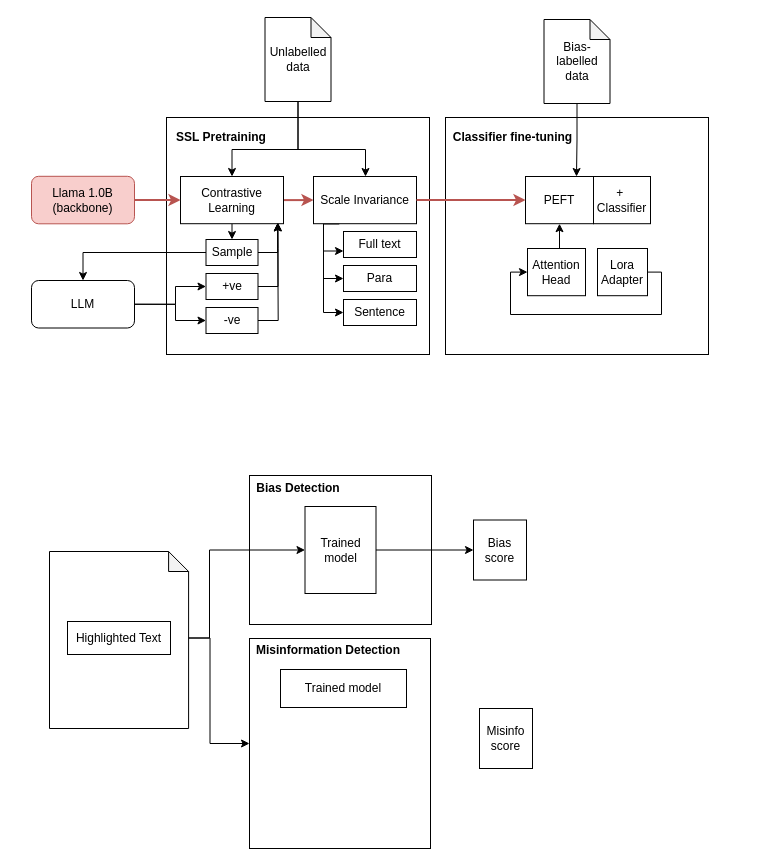
The draw.io diagram Architecture.drawio in cvu-opensource/NTU-DLWeek2025, before the edit. Source tidied: cells renumbered, new cells numbered last; positions are measured from the earlier drawing's top-left corner, leaving out a move shared by most shapes. Both pictures are drawn from the tidied source at 100%, with x=0, y=0 at pixel (31, 17).
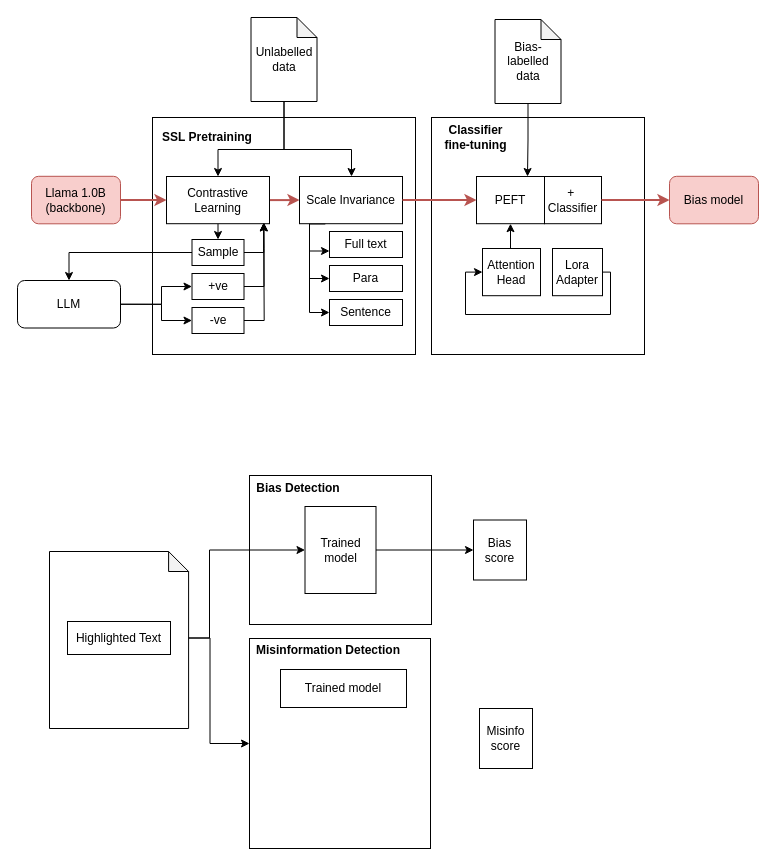
The same diagram, later.

Unchanged cells that the change refers to:
```xml
<mxCell id="7" value="Contrastive Learning" style="rounded=0;whiteSpace=wrap;html=1;" parent="2" vertex="1">
  <mxGeometry x="14" y="59" width="103" height="47.2" as="geometry" />
</mxCell>
<mxCell id="11" value="Scale Invariance" style="rounded=0;whiteSpace=wrap;html=1;" parent="2" vertex="1">
  <mxGeometry x="147" y="59" width="103" height="47.2" as="geometry" />
</mxCell>
<mxCell id="16" value="Sample" style="rounded=0;whiteSpace=wrap;html=1;" parent="2" vertex="1">
  <mxGeometry x="39.5" y="122" width="52" height="26" as="geometry" />
</mxCell>
<mxCell id="17" value="+ve" style="rounded=0;whiteSpace=wrap;html=1;" parent="2" vertex="1">
  <mxGeometry x="39.5" y="156" width="52" height="26" as="geometry" />
</mxCell>
<mxCell id="19" value="-ve" style="rounded=0;whiteSpace=wrap;html=1;" parent="2" vertex="1">
  <mxGeometry x="39.5" y="190" width="52" height="26" as="geometry" />
</mxCell>
<mxCell id="26" style="group;" parent="21" vertex="1">
  <mxGeometry x="82" y="131" width="108" height="47.2" as="geometry" />
</mxCell>
```

Diff of the diagram source:
```diff
@@
     <mxCell id="2" style="group;" parent="1" vertex="1">
-      <mxGeometry x="135" y="100" width="263" height="237" as="geometry" />
+      <mxGeometry x="121" y="100" width="263" height="237" as="geometry" />
     </mxCell>
@@
     <mxCell id="21" style="group;" parent="1" vertex="1">
-      <mxGeometry x="414" y="100" width="263" height="237" as="geometry" />
+      <mxGeometry x="400" y="100" width="263" height="237" as="geometry" />
     </mxCell>
     <mxCell id="22" style="rounded=0;whiteSpace=wrap;html=1;" parent="21" vertex="1">
-      <mxGeometry width="263" height="237" as="geometry" />
+      <mxGeometry width="213" height="237" as="geometry" />
     </mxCell>
     <mxCell id="23" value="&lt;b&gt;Classifier fine-tuning&lt;/b&gt;" style="text;html=1;align=center;verticalAlign=middle;whiteSpace=wrap;rounded=0;" parent="21" vertex="1">
-      <mxGeometry x="3.7" y="5" width="127.3" height="30" as="geometry" />
+      <mxGeometry x="3.7" y="5" width="81.3" height="30" as="geometry" />
     </mxCell>
     <mxCell id="24" value="PEFT" style="rounded=0;whiteSpace=wrap;html=1;" parent="21" vertex="1">
-      <mxGeometry x="80" y="59" width="68" height="47.2" as="geometry" />
+      <mxGeometry x="45" y="59" width="68" height="47.2" as="geometry" />
     </mxCell>
     <mxCell id="25" value="+&amp;nbsp;&lt;div&gt;Classifier&lt;/div&gt;" style="rounded=0;whiteSpace=wrap;html=1;" parent="21" vertex="1">
-      <mxGeometry x="148" y="59" width="57" height="47.2" as="geometry" />
+      <mxGeometry x="113" y="59" width="57" height="47.2" as="geometry" />
     </mxCell>
@@
     <mxCell id="27" value="Lora Adapter" style="rounded=0;whiteSpace=wrap;html=1;" parent="26" vertex="1">
-      <mxGeometry x="70" width="50" height="47.2" as="geometry" />
+      <mxGeometry x="39" width="50" height="47.2" as="geometry" />
     </mxCell>
     <mxCell id="28" value="Attention Head" style="rounded=0;whiteSpace=wrap;html=1;" parent="26" vertex="1">
-      <mxGeometry width="58" height="47.2" as="geometry" />
+      <mxGeometry x="-31" width="58" height="47.2" as="geometry" />
     </mxCell>
     <mxCell id="29" style="edgeStyle=orthogonalEdgeStyle;rounded=0;jettySize=auto;html=1;exitX=1;exitY=0.5;exitDx=0;exitDy=0;entryX=0;entryY=0.5;entryDx=0;entryDy=0;" parent="26" edge="1" source="27" target="28">
       <mxGeometry relative="1" as="geometry">
         <Array as="points">
-          <mxPoint x="134" y="24" />
-          <mxPoint x="134" y="66" />
-          <mxPoint x="-17" y="66" />
-          <mxPoint x="-17" y="24" />
+          <mxPoint x="97" y="24" />
+          <mxPoint x="97" y="66" />
+          <mxPoint x="-48" y="66" />
+          <mxPoint x="-48" y="24" />
         </Array>
       </mxGeometry>
     </mxCell>
@@
     <mxCell id="31" style="edgeStyle=orthogonalEdgeStyle;rounded=0;jettySize=auto;html=1;exitX=0.5;exitY=1;exitDx=0;exitDy=0;exitPerimeter=0;entryX=0.5;entryY=0;entryDx=0;entryDy=0;" parent="1" edge="1" source="33" target="7">
       <mxGeometry relative="1" as="geometry">
         <Array as="points">
-          <mxPoint x="266" y="132" />
-          <mxPoint x="200" y="132" />
+          <mxPoint x="252" y="132" />
+          <mxPoint x="186" y="132" />
         </Array>
       </mxGeometry>
     </mxCell>
     <mxCell id="32" style="edgeStyle=orthogonalEdgeStyle;rounded=0;jettySize=auto;html=1;exitX=0.5;exitY=1;exitDx=0;exitDy=0;exitPerimeter=0;" parent="1" edge="1" source="33" target="11">
       <mxGeometry relative="1" as="geometry">
         <Array as="points">
-          <mxPoint x="266" y="132" />
-          <mxPoint x="334" y="132" />
+          <mxPoint x="252" y="132" />
+          <mxPoint x="320" y="132" />
         </Array>
       </mxGeometry>
     </mxCell>
     <mxCell id="33" value="Unlabelled data" style="shape=note;whiteSpace=wrap;html=1;backgroundOutline=1;darkOpacity=0.05;size=20;" parent="1" vertex="1">
-      <mxGeometry x="233.5" width="66" height="84" as="geometry" />
+      <mxGeometry x="219.5" width="66" height="84" as="geometry" />
     </mxCell>
@@
     <mxCell id="35" value="Bias-labelled data" style="shape=note;whiteSpace=wrap;html=1;backgroundOutline=1;darkOpacity=0.05;size=20;" parent="1" vertex="1">
-      <mxGeometry x="512.5" y="2" width="66" height="84" as="geometry" />
+      <mxGeometry x="463.5" y="2" width="66" height="84" as="geometry" />
     </mxCell>
     <mxCell id="36" style="edgeStyle=orthogonalEdgeStyle;rounded=0;jettySize=auto;html=1;exitX=1;exitY=0.5;exitDx=0;exitDy=0;entryX=0;entryY=0.5;entryDx=0;entryDy=0;" parent="1" edge="1" source="38" target="17">
       <mxGeometry relative="1" as="geometry">
         <Array as="points">
-          <mxPoint x="144" y="287" />
-          <mxPoint x="144" y="269" />
+          <mxPoint x="130" y="287" />
+          <mxPoint x="130" y="269" />
         </Array>
       </mxGeometry>
     </mxCell>
     <mxCell id="37" style="edgeStyle=orthogonalEdgeStyle;rounded=0;jettySize=auto;html=1;exitX=1;exitY=0.5;exitDx=0;exitDy=0;entryX=0;entryY=0.5;entryDx=0;entryDy=0;" parent="1" edge="1" source="38" target="19">
       <mxGeometry relative="1" as="geometry">
         <Array as="points">
-          <mxPoint x="144" y="287" />
-          <mxPoint x="144" y="303" />
+          <mxPoint x="130" y="287" />
+          <mxPoint x="130" y="303" />
         </Array>
       </mxGeometry>
     </mxCell>
     <mxCell id="38" value="LLM" style="rounded=1;whiteSpace=wrap;html=1;" parent="1" vertex="1">
-      <mxGeometry y="263" width="103" height="47.5" as="geometry" />
+      <mxGeometry x="-14" y="263" width="103" height="47.5" as="geometry" />
     </mxCell>
@@
     <mxCell id="40" value="Llama 1.0B (backbone)" style="rounded=1;whiteSpace=wrap;html=1;fillColor=#f8cecc;strokeColor=#b85450;" parent="1" vertex="1">
-      <mxGeometry y="158.8" width="103" height="47.5" as="geometry" />
+      <mxGeometry y="158.8" width="89" height="47.5" as="geometry" />
     </mxCell>
     <mxCell id="41" style="edgeStyle=orthogonalEdgeStyle;rounded=0;jettySize=auto;html=1;exitX=0;exitY=0.5;exitDx=0;exitDy=0;entryX=0.5;entryY=0;entryDx=0;entryDy=0;" parent="1" edge="1" source="16" target="38">
       <mxGeometry relative="1" as="geometry">
         <Array as="points">
-          <mxPoint x="52" y="235" />
+          <mxPoint x="38" y="235" />
         </Array>
       </mxGeometry>
     </mxCell>
@@
     <mxCell id="46" style="edgeStyle=orthogonalEdgeStyle;rounded=0;jettySize=auto;html=1;exitX=1;exitY=0.5;exitDx=0;exitDy=0;entryX=0;entryY=0.5;entryDx=0;entryDy=0;fillColor=#f8cecc;strokeColor=#b85450;strokeWidth=2;" parent="1" edge="1" source="11" target="24">
       <mxGeometry relative="1" as="geometry">
         <Array as="points">
-          <mxPoint x="408" y="183" />
-          <mxPoint x="408" y="183" />
+          <mxPoint x="394" y="183" />
+          <mxPoint x="394" y="183" />
         </Array>
       </mxGeometry>
     </mxCell>
@@
+    <mxCell id="59" value="Bias model" style="rounded=1;whiteSpace=wrap;html=1;fillColor=#f8cecc;strokeColor=#b85450;" parent="1" vertex="1">
+      <mxGeometry x="638" y="158.8" width="89" height="47.5" as="geometry" />
+    </mxCell>
+    <mxCell id="60" style="edgeStyle=orthogonalEdgeStyle;rounded=0;jettySize=auto;html=1;exitX=1;exitY=0.5;exitDx=0;exitDy=0;entryX=0;entryY=0.5;entryDx=0;entryDy=0;strokeWidth=2;fillColor=#f8cecc;strokeColor=#b85450;" parent="1" edge="1" source="25" target="59">
+      <mxGeometry relative="1" as="geometry" />
+    </mxCell>
```
